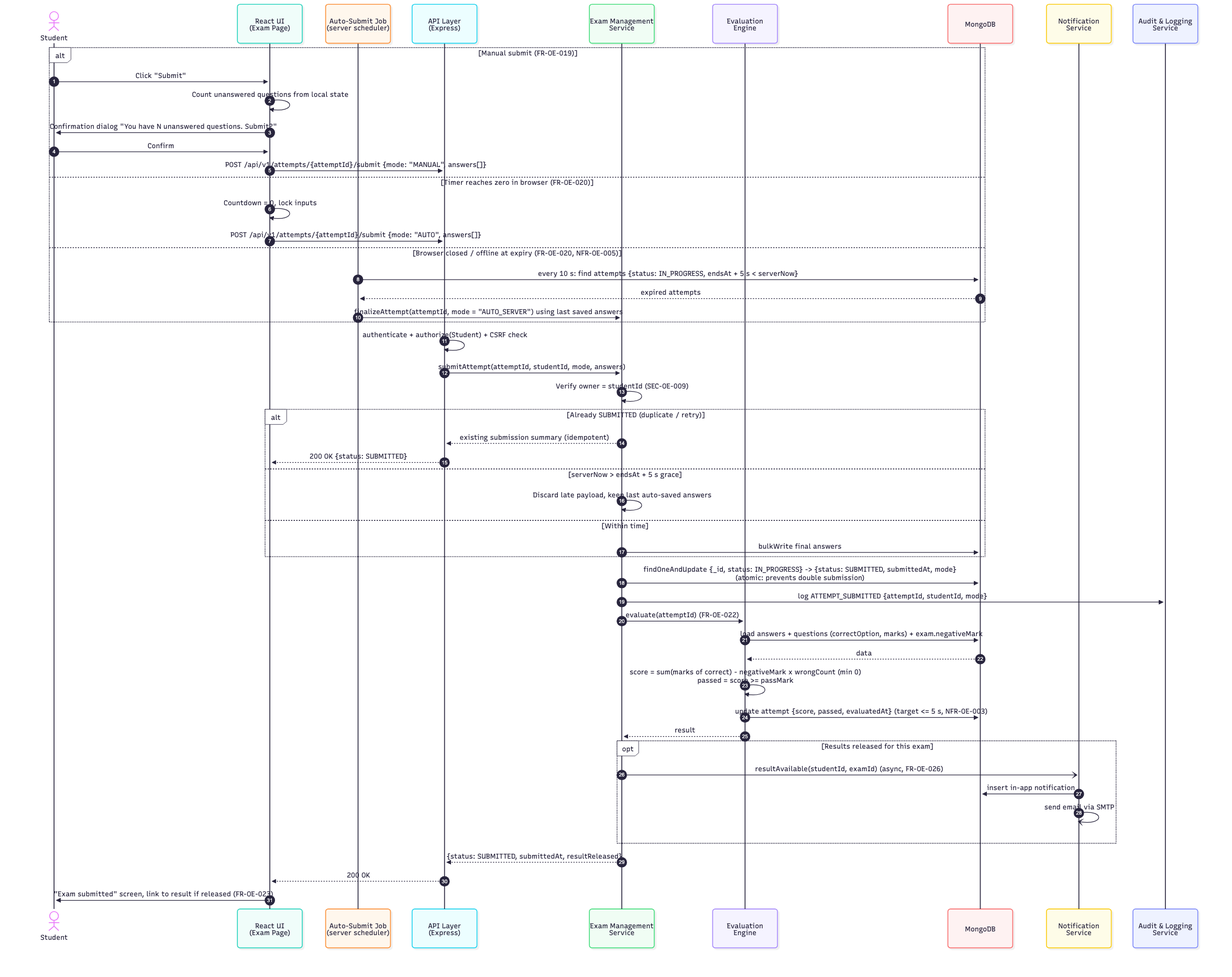
The Mermaid diagram Design/diagrams/SD-03_Submit_Exam.png in SE-Team-06/online-exam-portal-se-miniproject, before a commit. Its source is kept beside it as Design/diagrams/SD-03_Submit_Exam.mmd.
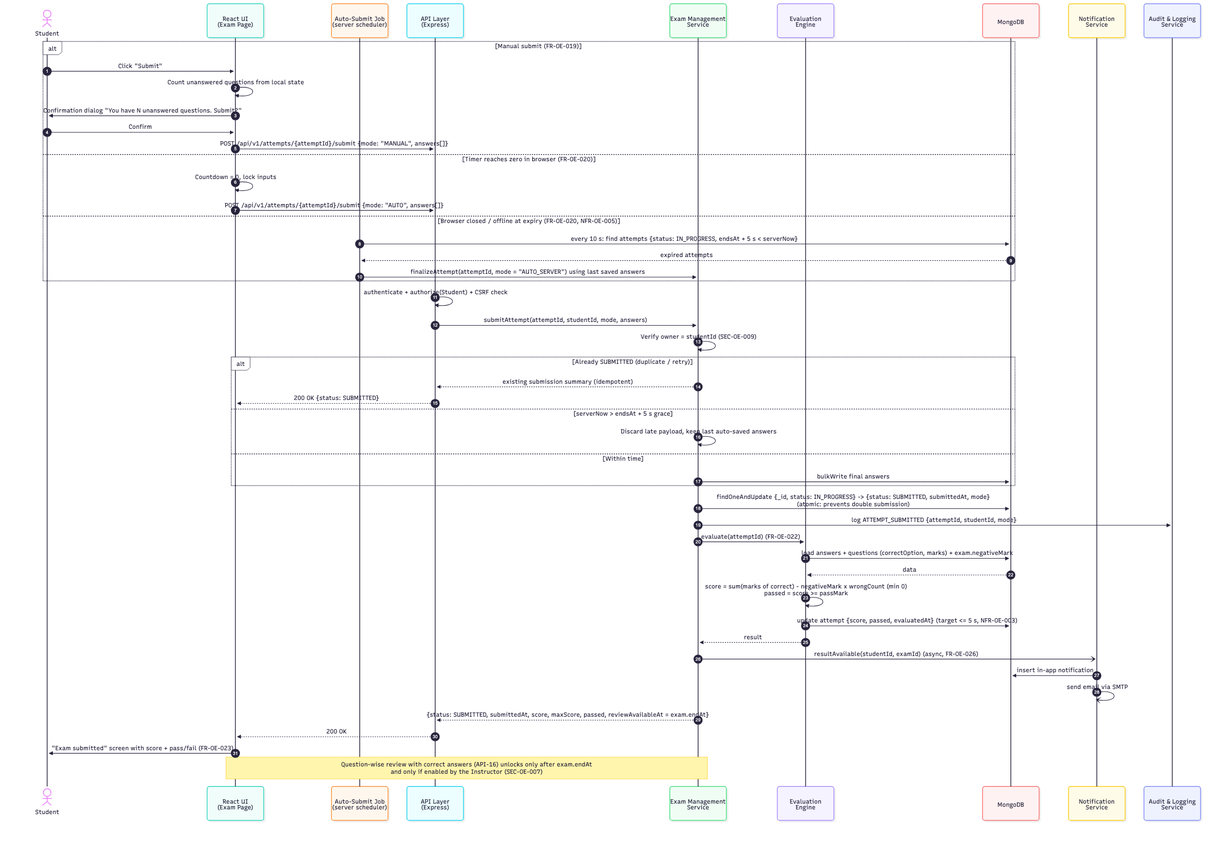
After the commit.

Commit message:
SAD: close open issue 1 - score shown immediately, review after exam end time

The edit, as a diff of the source:
```diff
@@ -45,11 +45,10 @@
     EV->>EV: score = sum(marks of correct) - negativeMark x wrongCount (min 0)<br/>passed = score >= passMark
     EV->>DB: update attempt {score, passed, evaluatedAt} (target <= 5 s, NFR-OE-003)
     EV-->>EX: result
-    opt Results released for this exam
-        EX-)NOTIF: resultAvailable(studentId, examId) (async, FR-OE-026)
-        NOTIF->>DB: insert in-app notification
-        NOTIF-)NOTIF: send email via SMTP
-    end
-    EX-->>API: {status: SUBMITTED, submittedAt, resultReleased}
+    EX-)NOTIF: resultAvailable(studentId, examId) (async, FR-OE-026)
+    NOTIF->>DB: insert in-app notification
+    NOTIF-)NOTIF: send email via SMTP
+    EX-->>API: {status: SUBMITTED, submittedAt, score, maxScore, passed, reviewAvailableAt = exam.endAt}
     API-->>UI: 200 OK
-    UI->>S: "Exam submitted" screen, link to result if released (FR-OE-023)
+    UI->>S: "Exam submitted" screen with score + pass/fail (FR-OE-023)
+    Note over UI,EX: Question-wise review with correct answers (API-16) unlocks only after exam.endAt<br/>and only if enabled by the Instructor (SEC-OE-007)
```
